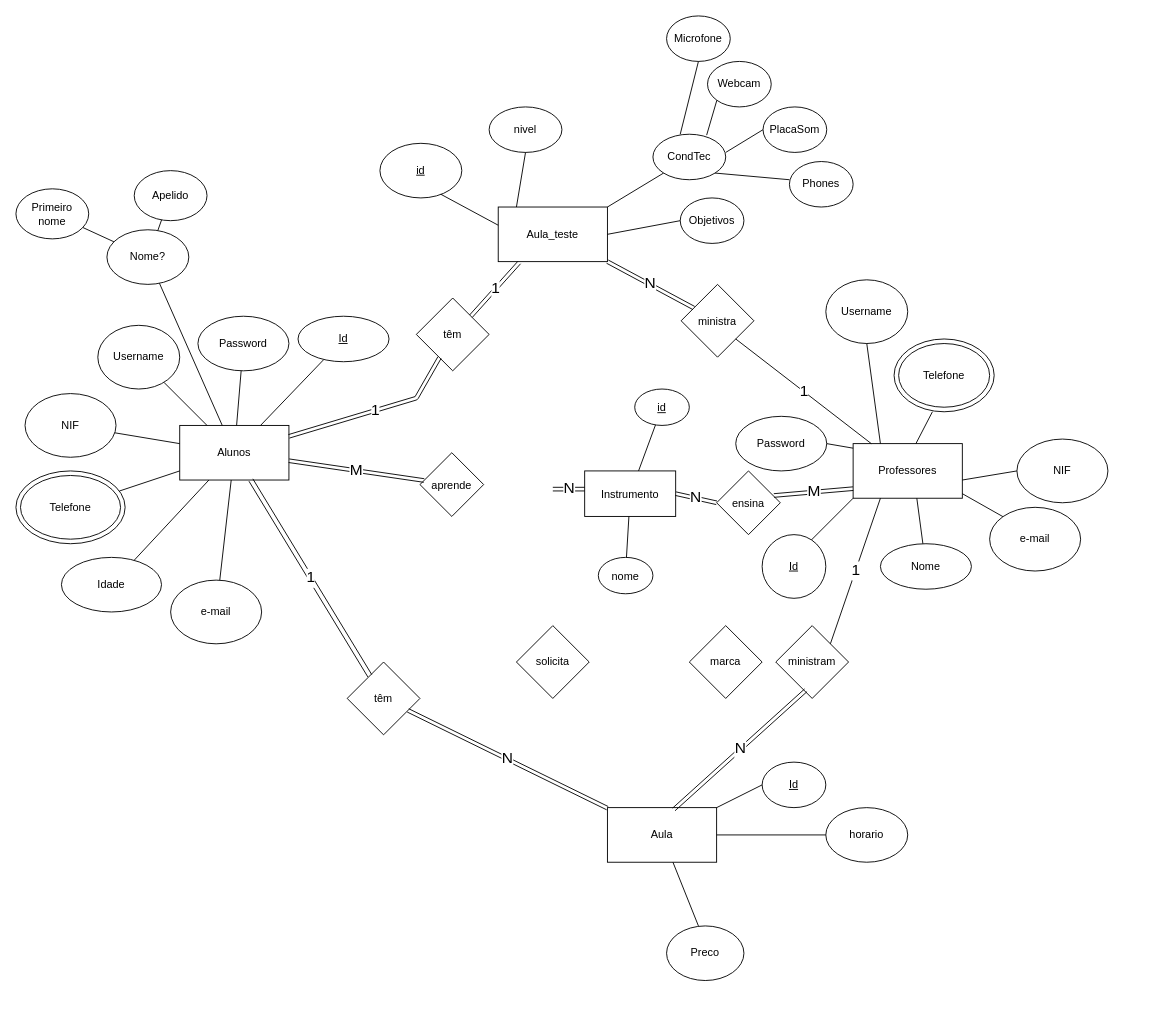
Above: Modelo_inicial.drawio in brenexvex/firstproject (draw.io), before the change. Source tidied: cells renumbered, new cells numbered last; positions are measured from the earlier drawing's top-left corner, leaving out a move shared by most shapes. Both pictures are drawn from the tidied source at 91%, with x=0, y=0 at pixel (15, 15).
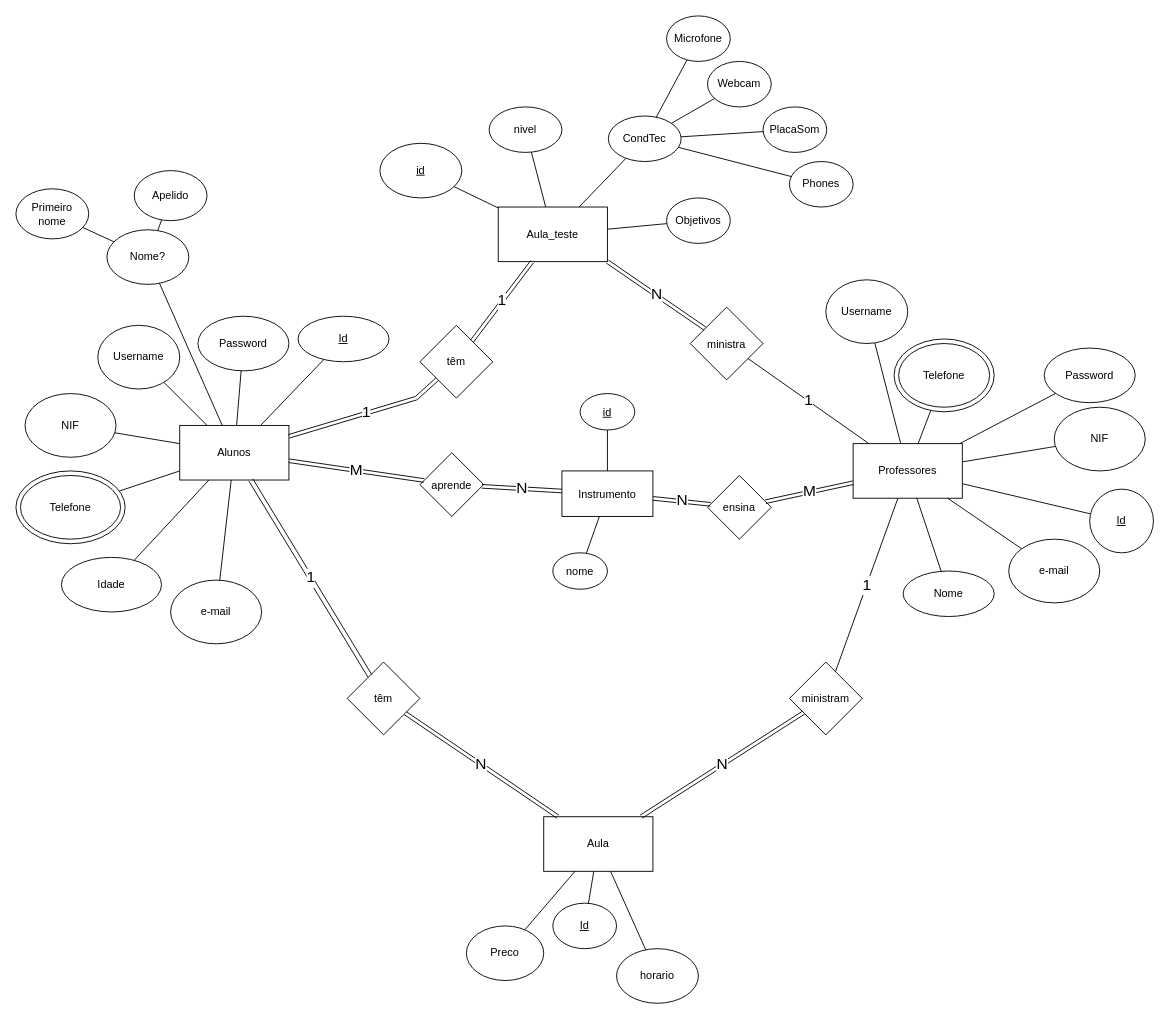
The same page after the edit.

The change refers to these unchanged cells:
```xml
<mxCell id="15" value="Professores" style="rounded=0;whiteSpace=wrap;html=1;" parent="1" vertex="1">
  <mxGeometry x="920" y="470" width="120" height="60" as="geometry" />
</mxCell>
<mxCell id="32" value="Username" style="ellipse;whiteSpace=wrap;html=1;" parent="1" vertex="1">
  <mxGeometry x="890" y="290" width="90" height="70" as="geometry" />
</mxCell>
<mxCell id="46" style="ellipse;whiteSpace=wrap;html=1;rounded=0;sketch=0;fillColor=none;" parent="1" vertex="1">
  <mxGeometry x="965" y="355" width="110" height="80" as="geometry" />
</mxCell>
<mxCell id="47" value="Aula_teste" style="rounded=0;whiteSpace=wrap;html=1;" parent="1" vertex="1">
  <mxGeometry x="530" y="210" width="120" height="60" as="geometry" />
</mxCell>
<mxCell id="48" value="nivel" style="ellipse;whiteSpace=wrap;html=1;" parent="1" vertex="1">
  <mxGeometry x="520" y="100" width="80" height="50" as="geometry" />
</mxCell>
<mxCell id="49" value="&lt;u&gt;id&lt;/u&gt;" style="ellipse;whiteSpace=wrap;html=1;" parent="1" vertex="1">
  <mxGeometry x="400" y="140" width="90" height="60" as="geometry" />
</mxCell>
<mxCell id="53" value="Webcam" style="ellipse;whiteSpace=wrap;html=1;" parent="1" vertex="1">
  <mxGeometry x="760" y="50" width="70" height="50" as="geometry" />
</mxCell>
<mxCell id="54" value="PlacaSom" style="ellipse;whiteSpace=wrap;html=1;" parent="1" vertex="1">
  <mxGeometry x="821" y="100" width="70" height="50" as="geometry" />
</mxCell>
<mxCell id="55" value="Phones" style="ellipse;whiteSpace=wrap;html=1;" parent="1" vertex="1">
  <mxGeometry x="850" y="160" width="70" height="50" as="geometry" />
</mxCell>
<mxCell id="59" value="Microfone" style="ellipse;whiteSpace=wrap;html=1;" parent="1" vertex="1">
  <mxGeometry x="715" width="70" height="50" as="geometry" />
</mxCell>
<mxCell id="72" value="&lt;font style=&quot;font-size: 12px&quot;&gt;aprende&lt;/font&gt;" style="rhombus;whiteSpace=wrap;html=1;fontSize=17;" parent="1" vertex="1">
  <mxGeometry x="444" y="480" width="70" height="70" as="geometry" />
</mxCell>
```

The edit, as a diff of the source:
```diff
@@
-    <mxCell id="16" style="endArrow=none;html=1;" parent="1" edge="1">
-      <mxGeometry relative="1" as="geometry">
-        <mxPoint x="870" y="580" as="sourcePoint" />
-        <mxPoint x="920" y="530" as="targetPoint" />
-      </mxGeometry>
+    <mxCell id="16" style="endArrow=none;html=1;" parent="1" edge="1" source="17" target="15">
+      <mxGeometry relative="1" as="geometry" />
     </mxCell>
     <mxCell id="17" value="&lt;u&gt;Id&lt;/u&gt;" style="ellipse;whiteSpace=wrap;html=1;" parent="1" vertex="1">
-      <mxGeometry x="820" y="570" width="70" height="70" as="geometry" />
+      <mxGeometry x="1180" y="520" width="70" height="70" as="geometry" />
     </mxCell>
     <mxCell id="18" value="Nome" style="ellipse;whiteSpace=wrap;html=1;" parent="1" vertex="1">
-      <mxGeometry x="950" y="580" width="100" height="50" as="geometry" />
+      <mxGeometry x="975" y="610" width="100" height="50" as="geometry" />
     </mxCell>
-    <mxCell id="19" style="endArrow=none;html=1;" parent="1" edge="1" source="18">
-      <mxGeometry relative="1" as="geometry">
-        <mxPoint x="990" y="530" as="targetPoint" />
-      </mxGeometry>
+    <mxCell id="19" style="endArrow=none;html=1;" parent="1" edge="1" source="18" target="15">
+      <mxGeometry relative="1" as="geometry" />
     </mxCell>
     <mxCell id="20" value="e-mail" style="ellipse;whiteSpace=wrap;html=1;" parent="1" vertex="1">
-      <mxGeometry x="1070" y="540" width="100" height="70" as="geometry" />
+      <mxGeometry x="1091" y="575" width="100" height="70" as="geometry" />
     </mxCell>
-    <mxCell id="21" style="endArrow=none;html=1;entryX=0;entryY=0;entryDx=0;entryDy=0;" parent="1" edge="1" target="20">
-      <mxGeometry relative="1" as="geometry">
-        <mxPoint x="1040" y="525" as="sourcePoint" />
-      </mxGeometry>
+    <mxCell id="21" style="endArrow=none;html=1;" parent="1" edge="1" source="15" target="20">
+      <mxGeometry relative="1" as="geometry" />
     </mxCell>
     <mxCell id="22" value="Aula" style="rounded=0;whiteSpace=wrap;html=1;" parent="1" vertex="1">
-      <mxGeometry x="650" y="870" width="120" height="60" as="geometry" />
+      <mxGeometry x="580" y="880" width="120" height="60" as="geometry" />
     </mxCell>
     <mxCell id="23" value="&lt;u&gt;Id&lt;/u&gt;" style="ellipse;whiteSpace=wrap;html=1;" parent="1" vertex="1">
-      <mxGeometry x="820" y="820" width="70" height="50" as="geometry" />
+      <mxGeometry x="590" y="975" width="70" height="50" as="geometry" />
     </mxCell>
-    <mxCell id="24" style="endArrow=none;html=1;entryX=0;entryY=0.5;entryDx=0;entryDy=0;exitX=1;exitY=0;exitDx=0;exitDy=0;" parent="1" edge="1" source="22" target="23">
+    <mxCell id="24" style="endArrow=none;html=1;" parent="1" edge="1" source="22" target="23">
       <mxGeometry relative="1" as="geometry" />
     </mxCell>
     <mxCell id="25" value="ministram" style="rhombus;whiteSpace=wrap;html=1;" parent="1" vertex="1">
-      <mxGeometry x="835" y="670" width="80" height="80" as="geometry" />
+      <mxGeometry x="850" y="710" width="80" height="80" as="geometry" />
     </mxCell>
@@
-    <mxCell id="30" style="endArrow=none;html=1;entryX=0.383;entryY=1;entryDx=0;entryDy=0;entryPerimeter=0;exitX=0.575;exitY=0;exitDx=0;exitDy=0;exitPerimeter=0;" parent="1" edge="1" source="15" target="46">
+    <mxCell id="30" style="endArrow=none;html=1;" parent="1" edge="1" source="15" target="46">
       <mxGeometry relative="1" as="geometry" />
     </mxCell>
     <mxCell id="31" value="Password" style="ellipse;whiteSpace=wrap;html=1;" parent="1" vertex="1">
-      <mxGeometry x="791" y="440" width="100" height="60" as="geometry" />
+      <mxGeometry x="1130" y="365" width="100" height="60" as="geometry" />
     </mxCell>
@@
-    <mxCell id="33" style="endArrow=none;html=1;exitX=1;exitY=0.5;exitDx=0;exitDy=0;" parent="1" edge="1" source="31">
-      <mxGeometry relative="1" as="geometry">
-        <mxPoint x="920" y="475" as="targetPoint" />
-      </mxGeometry>
+    <mxCell id="33" style="endArrow=none;html=1;" parent="1" edge="1" source="31" target="15">
+      <mxGeometry relative="1" as="geometry" />
     </mxCell>
-    <mxCell id="34" style="endArrow=none;html=1;entryX=0.5;entryY=1;entryDx=0;entryDy=0;exitX=0.25;exitY=0;exitDx=0;exitDy=0;" parent="1" edge="1" source="15" target="32">
+    <mxCell id="34" style="endArrow=none;html=1;" parent="1" edge="1" source="15" target="32">
       <mxGeometry relative="1" as="geometry" />
     </mxCell>
-    <mxCell id="35" value="N" style="shape=link;html=1;exitX=0.608;exitY=0.033;exitDx=0;exitDy=0;exitPerimeter=0;entryX=0.413;entryY=0.888;entryDx=0;entryDy=0;entryPerimeter=0;fontSize=17;" parent="1" edge="1" source="22" target="25">
+    <mxCell id="35" value="N" style="shape=link;html=1;fontSize=17;" parent="1" edge="1" source="22" target="25">
       <mxGeometry relative="1" as="geometry" />
     </mxCell>
@@
     <mxCell id="38" value="Preco" style="ellipse;whiteSpace=wrap;html=1;fillColor=none;" parent="1" vertex="1">
-      <mxGeometry x="715" y="1000" width="85" height="60" as="geometry" />
+      <mxGeometry x="495" y="1000" width="85" height="60" as="geometry" />
     </mxCell>
-    <mxCell id="39" style="endArrow=none;html=1;" parent="1" edge="1" target="22">
-      <mxGeometry relative="1" as="geometry">
-        <mxPoint x="750" y="1000" as="sourcePoint" />
-      </mxGeometry>
+    <mxCell id="39" style="endArrow=none;html=1;" parent="1" edge="1" source="38" target="22">
+      <mxGeometry relative="1" as="geometry" />
     </mxCell>
     <mxCell id="40" value="&lt;font style=&quot;font-size: 12px&quot;&gt;horario&lt;/font&gt;" style="ellipse;whiteSpace=wrap;html=1;fillColor=none;fontSize=12;" parent="1" vertex="1">
-      <mxGeometry x="890" y="870" width="90" height="60" as="geometry" />
+      <mxGeometry x="660" y="1025" width="90" height="60" as="geometry" />
     </mxCell>
-    <mxCell id="41" style="endArrow=none;html=1;fontSize=12;entryX=0;entryY=0.5;entryDx=0;entryDy=0;" parent="1" edge="1" target="40">
-      <mxGeometry relative="1" as="geometry">
-        <mxPoint x="770" y="900" as="sourcePoint" />
-      </mxGeometry>
+    <mxCell id="41" style="endArrow=none;html=1;fontSize=12;" parent="1" edge="1" source="22" target="40">
+      <mxGeometry relative="1" as="geometry" />
     </mxCell>
@@
     <mxCell id="44" value="NIF" style="ellipse;whiteSpace=wrap;html=1;fontSize=12;" parent="1" vertex="1">
-      <mxGeometry x="1100" y="465" width="100" height="70" as="geometry" />
+      <mxGeometry x="1141" y="430" width="100" height="70" as="geometry" />
     </mxCell>
-    <mxCell id="45" style="endArrow=none;html=1;fontSize=12;entryX=0;entryY=0.5;entryDx=0;entryDy=0;" parent="1" edge="1" target="44">
-      <mxGeometry relative="1" as="geometry">
-        <mxPoint x="1040" y="510" as="sourcePoint" />
-      </mxGeometry>
+    <mxCell id="45" style="endArrow=none;html=1;fontSize=12;" parent="1" edge="1" source="15" target="44">
+      <mxGeometry relative="1" as="geometry" />
     </mxCell>
@@
-    <mxCell id="50" style="endArrow=none;html=1;entryX=0.5;entryY=1;entryDx=0;entryDy=0;" parent="1" edge="1" target="48">
-      <mxGeometry relative="1" as="geometry">
-        <mxPoint x="550" y="210" as="sourcePoint" />
-      </mxGeometry>
+    <mxCell id="50" style="endArrow=none;html=1;" parent="1" edge="1" source="47" target="48">
+      <mxGeometry relative="1" as="geometry" />
     </mxCell>
-    <mxCell id="51" style="endArrow=none;html=1;exitX=0.744;exitY=0.933;exitDx=0;exitDy=0;exitPerimeter=0;" parent="1" edge="1" source="49">
-      <mxGeometry relative="1" as="geometry">
-        <mxPoint x="530" y="230" as="targetPoint" />
-      </mxGeometry>
+    <mxCell id="51" style="endArrow=none;html=1;" parent="1" edge="1" source="49" target="47">
+      <mxGeometry relative="1" as="geometry" />
     </mxCell>
     <mxCell id="52" value="CondTec" style="ellipse;whiteSpace=wrap;html=1;" parent="1" vertex="1">
-      <mxGeometry x="700" y="130" width="80" height="50" as="geometry" />
+      <mxGeometry x="651" y="110" width="80" height="50" as="geometry" />
     </mxCell>
@@
-    <mxCell id="56" style="endArrow=none;html=1;entryX=0;entryY=0.5;entryDx=0;entryDy=0;" parent="1" edge="1" target="54">
-      <mxGeometry relative="1" as="geometry">
-        <mxPoint x="780" y="150" as="sourcePoint" />
-      </mxGeometry>
+    <mxCell id="56" style="endArrow=none;html=1;" parent="1" edge="1" source="52" target="54">
+      <mxGeometry relative="1" as="geometry" />
     </mxCell>
-    <mxCell id="57" style="endArrow=none;html=1;exitX=1;exitY=1;exitDx=0;exitDy=0;" parent="1" edge="1" source="52">
-      <mxGeometry relative="1" as="geometry">
-        <mxPoint x="850" y="180" as="targetPoint" />
-      </mxGeometry>
+    <mxCell id="57" style="endArrow=none;html=1;" parent="1" edge="1" source="52" target="55">
+      <mxGeometry relative="1" as="geometry" />
     </mxCell>
-    <mxCell id="58" style="endArrow=none;html=1;entryX=0;entryY=1;entryDx=0;entryDy=0;exitX=0.738;exitY=0.02;exitDx=0;exitDy=0;exitPerimeter=0;" parent="1" edge="1" source="52" target="53">
+    <mxCell id="58" style="endArrow=none;html=1;" parent="1" edge="1" source="52" target="53">
       <mxGeometry relative="1" as="geometry" />
     </mxCell>
@@
-    <mxCell id="60" style="endArrow=none;html=1;entryX=0.5;entryY=1;entryDx=0;entryDy=0;" parent="1" edge="1" target="59">
-      <mxGeometry relative="1" as="geometry">
-        <mxPoint x="730" y="130" as="sourcePoint" />
-      </mxGeometry>
+    <mxCell id="60" style="endArrow=none;html=1;" parent="1" edge="1" source="52" target="59">
+      <mxGeometry relative="1" as="geometry" />
     </mxCell>
-    <mxCell id="61" style="endArrow=none;html=1;entryX=0;entryY=1;entryDx=0;entryDy=0;" parent="1" edge="1" target="52">
-      <mxGeometry relative="1" as="geometry">
-        <mxPoint x="650" y="210" as="sourcePoint" />
-      </mxGeometry>
+    <mxCell id="61" style="endArrow=none;html=1;" parent="1" edge="1" source="47" target="52">
+      <mxGeometry relative="1" as="geometry" />
     </mxCell>
     <mxCell id="62" value="Objetivos" style="ellipse;whiteSpace=wrap;html=1;" parent="1" vertex="1">
-      <mxGeometry x="730" y="200" width="70" height="50" as="geometry" />
+      <mxGeometry x="715" y="200" width="70" height="50" as="geometry" />
     </mxCell>
-    <mxCell id="63" style="endArrow=none;html=1;entryX=0;entryY=0.5;entryDx=0;entryDy=0;exitX=1;exitY=0.5;exitDx=0;exitDy=0;" parent="1" edge="1" source="47" target="62">
+    <mxCell id="63" style="endArrow=none;html=1;" parent="1" edge="1" source="47" target="62">
       <mxGeometry relative="1" as="geometry" />
     </mxCell>
     <mxCell id="64" value="têm" style="rhombus;whiteSpace=wrap;html=1;" parent="1" vertex="1">
-      <mxGeometry x="440" y="310" width="80" height="80" as="geometry" />
+      <mxGeometry x="444" y="340" width="80" height="80" as="geometry" />
     </mxCell>
@@
-    <mxCell id="66" value="1" style="shape=link;html=1;exitX=0.875;exitY=-0.05;exitDx=0;exitDy=0;exitPerimeter=0;entryX=0.192;entryY=1.017;entryDx=0;entryDy=0;entryPerimeter=0;fontSize=17;" parent="1" edge="1" target="47">
-      <mxGeometry relative="1" as="geometry">
-        <mxPoint x="500" y="330" as="sourcePoint" />
-      </mxGeometry>
+    <mxCell id="66" value="1" style="shape=link;html=1;fontSize=17;" parent="1" edge="1" source="64" target="47">
+      <mxGeometry relative="1" as="geometry" />
     </mxCell>
     <mxCell id="67" value="&lt;font style=&quot;font-size: 12px&quot;&gt;ministra&lt;/font&gt;" style="rhombus;whiteSpace=wrap;html=1;fontSize=17;" parent="1" vertex="1">
-      <mxGeometry x="731" y="295" width="80" height="80" as="geometry" />
+      <mxGeometry x="741" y="320" width="80" height="80" as="geometry" />
     </mxCell>
@@
-    <mxCell id="69" value="1" style="endArrow=none;html=1;fontSize=17;entryX=1;entryY=1;entryDx=0;entryDy=0;" parent="1" edge="1" target="67">
-      <mxGeometry relative="1" as="geometry">
-        <mxPoint x="940" y="470" as="sourcePoint" />
-      </mxGeometry>
+    <mxCell id="69" value="1" style="endArrow=none;html=1;fontSize=17;" parent="1" edge="1" source="15" target="67">
+      <mxGeometry relative="1" as="geometry" />
     </mxCell>
-    <mxCell id="70" value="1" style="endArrow=none;html=1;fontSize=17;exitX=1;exitY=0;exitDx=0;exitDy=0;" parent="1" edge="1" source="25">
-      <mxGeometry relative="1" as="geometry">
-        <mxPoint x="950" y="530" as="targetPoint" />
-      </mxGeometry>
+    <mxCell id="70" value="1" style="endArrow=none;html=1;fontSize=17;" parent="1" edge="1" source="25" target="15">
+      <mxGeometry relative="1" as="geometry" />
     </mxCell>
     <mxCell id="71" value="&lt;font style=&quot;font-size: 12px&quot;&gt;Instrumento&lt;/font&gt;" style="rounded=0;whiteSpace=wrap;html=1;fontSize=17;" parent="1" vertex="1">
-      <mxGeometry x="625" y="500" width="100" height="50" as="geometry" />
+      <mxGeometry x="600" y="500" width="100" height="50" as="geometry" />
     </mxCell>
@@
     <mxCell id="73" value="&lt;font style=&quot;font-size: 12px&quot;&gt;ensina&lt;/font&gt;" style="rhombus;whiteSpace=wrap;html=1;fontSize=17;" parent="1" vertex="1">
-      <mxGeometry x="770" y="500" width="70" height="70" as="geometry" />
+      <mxGeometry x="760" y="505" width="70" height="70" as="geometry" />
     </mxCell>
@@
-    <mxCell id="75" value="N" style="shape=link;html=1;fontSize=17;" parent="1" edge="1">
-      <mxGeometry relative="1" as="geometry">
-        <mxPoint x="590" y="520" as="sourcePoint" />
-        <mxPoint x="625" y="520" as="targetPoint" />
-      </mxGeometry>
+    <mxCell id="75" value="N" style="shape=link;html=1;fontSize=17;" parent="1" edge="1" source="72" target="71">
+      <mxGeometry relative="1" as="geometry" />
     </mxCell>
-    <mxCell id="76" value="N" style="shape=link;html=1;fontSize=17;exitX=1;exitY=0.5;exitDx=0;exitDy=0;" parent="1" edge="1" source="71">
-      <mxGeometry relative="1" as="geometry">
-        <mxPoint x="770" y="535" as="targetPoint" />
-      </mxGeometry>
+    <mxCell id="76" value="N" style="shape=link;html=1;fontSize=17;" parent="1" edge="1" source="71" target="73">
+      <mxGeometry relative="1" as="geometry" />
     </mxCell>
-    <mxCell id="77" value="M" style="shape=link;html=1;fontSize=17;exitX=0.9;exitY=0.386;exitDx=0;exitDy=0;exitPerimeter=0;" parent="1" edge="1" source="73">
-      <mxGeometry relative="1" as="geometry">
-        <mxPoint x="920" y="519.5" as="targetPoint" />
-      </mxGeometry>
+    <mxCell id="77" value="M" style="shape=link;html=1;fontSize=17;" parent="1" edge="1" source="73" target="15">
+      <mxGeometry relative="1" as="geometry" />
     </mxCell>
     <mxCell id="78" value="&lt;font style=&quot;font-size: 12px&quot;&gt;&lt;u&gt;id&lt;/u&gt;&lt;/font&gt;" style="ellipse;whiteSpace=wrap;html=1;fontSize=17;" parent="1" vertex="1">
-      <mxGeometry x="680" y="410" width="60" height="40" as="geometry" />
+      <mxGeometry x="620" y="415" width="60" height="40" as="geometry" />
     </mxCell>
@@
     <mxCell id="80" value="&lt;font style=&quot;font-size: 12px&quot;&gt;nome&lt;/font&gt;" style="ellipse;whiteSpace=wrap;html=1;fontSize=17;" parent="1" vertex="1">
-      <mxGeometry x="640" y="595" width="60" height="40" as="geometry" />
+      <mxGeometry x="590" y="590" width="60" height="40" as="geometry" />
     </mxCell>
@@
-    <mxCell id="82" value="marca" style="rhombus;whiteSpace=wrap;html=1;" parent="1" vertex="1">
-      <mxGeometry x="740" y="670" width="80" height="80" as="geometry" />
-    </mxCell>
-    <mxCell id="83" value="solicita" style="rhombus;whiteSpace=wrap;html=1;" parent="1" vertex="1">
-      <mxGeometry x="550" y="670" width="80" height="80" as="geometry" />
-    </mxCell>
```
